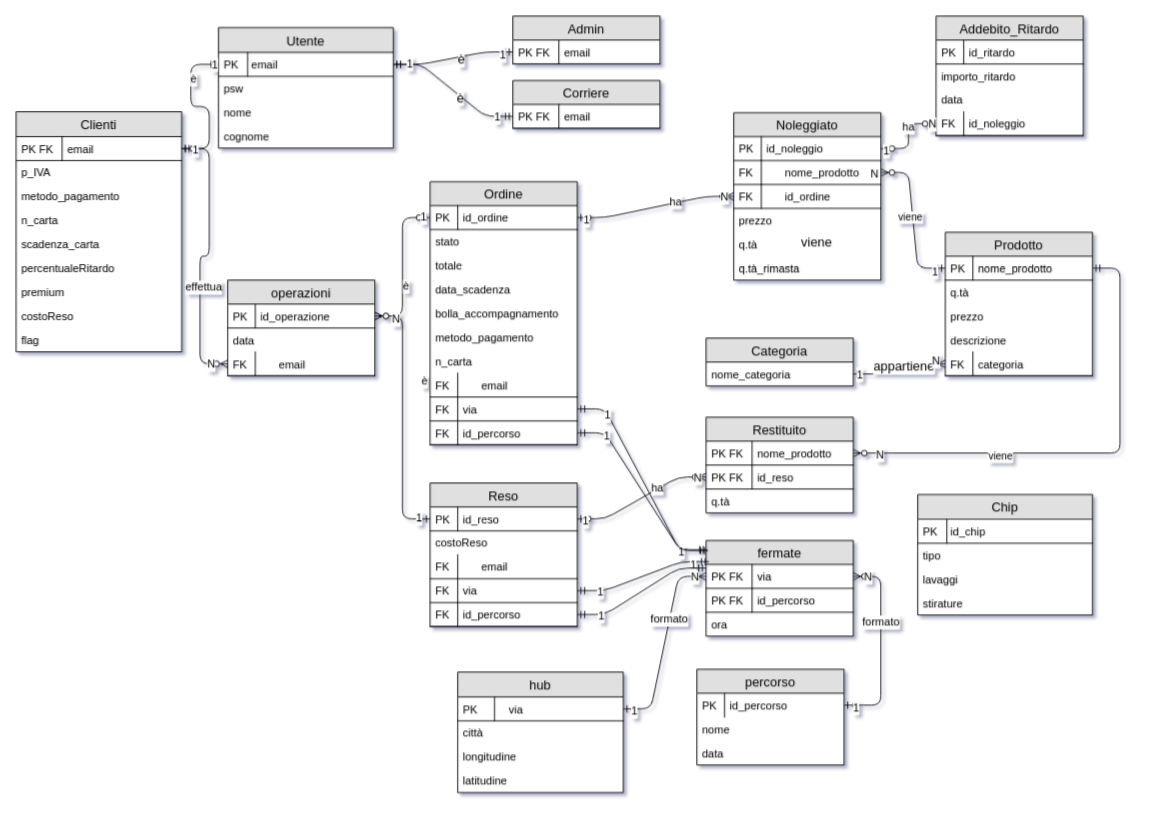
Earlier version of the draw.io diagram SchemaE_R.drawio (mario-santoro/EMAD2020_IsiLav). Source tidied: cells renumbered, new cells numbered last; positions are measured from the earlier drawing's top-left corner, leaving out a move shared by most shapes. Both pictures are drawn from the tidied source at 92%, with x=0, y=0 at pixel (16, 16).
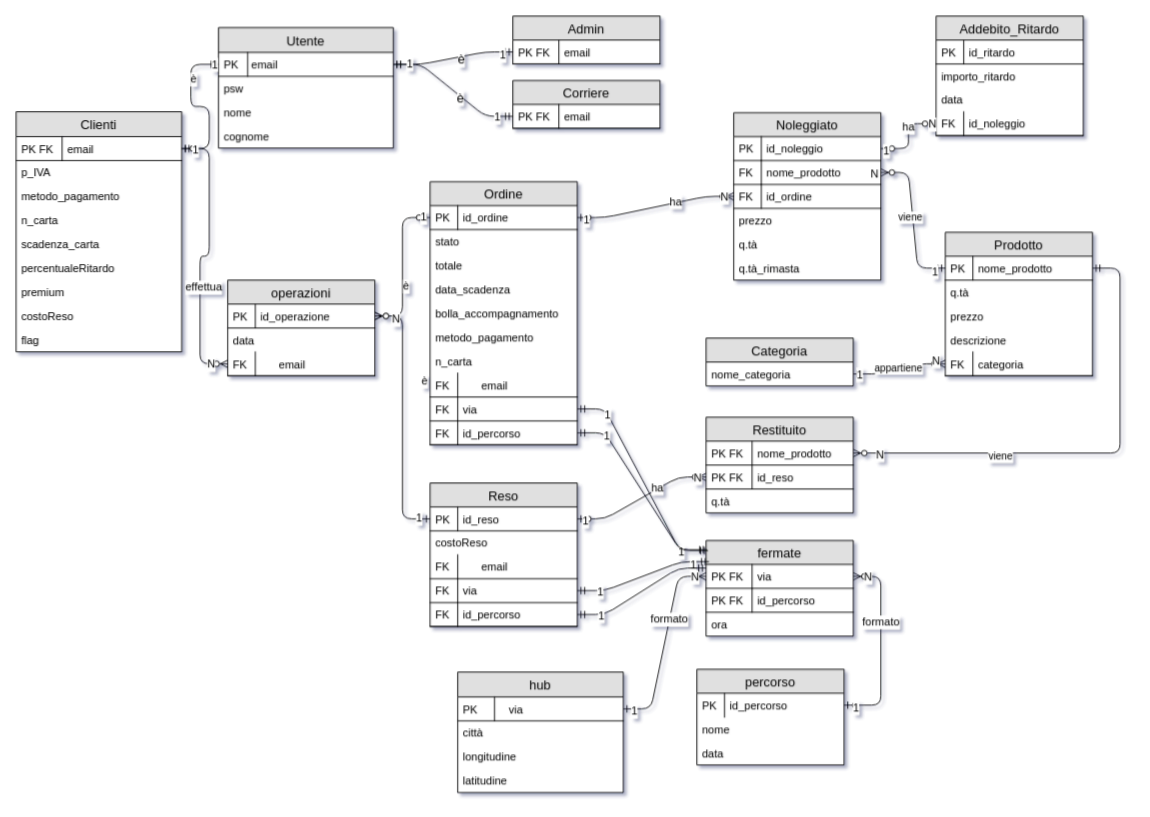
The same page after the edit.

Commit message:
Rimossa entità Chip

The change refers to these unchanged cells:
```xml
<mxCell id="90" value="Noleggiato" style="swimlane;fontStyle=0;horizontal=1;startSize=26;fillColor=#e0e0e0;swimlaneFillColor=#ffffff;align=center;fontSize=14;" parent="1" vertex="1">
  <mxGeometry x="780" y="105" width="160" height="182" as="geometry" />
</mxCell>
<mxCell id="123" style="edgeStyle=entityRelationEdgeStyle;fontSize=12;html=1;endArrow=ERzeroToMany;startArrow=ERmandOne;exitX=1;exitY=0.5;exitDx=0;exitDy=0;entryX=0;entryY=0.5;entryDx=0;entryDy=0;" parent="1" edge="1" source="44" target="41">
  <mxGeometry relative="1" as="geometry" />
</mxCell>
<mxCell id="137" style="edgeStyle=entityRelationEdgeStyle;fontSize=12;html=1;endArrow=ERzeroToMany;startArrow=ERmandOne;" parent="1" edge="1" source="36" target="93">
  <mxGeometry relative="1" as="geometry" />
</mxCell>
```

Change to the diagram source:
```diff
@@
-    <mxCell id="93" value="      nome_prodotto" style="shape=partialRectangle;top=0;left=0;right=0;bottom=1;align=left;verticalAlign=top;fillColor=none;spacingLeft=34;spacingRight=4;overflow=hidden;points=[[0,0.5],[1,0.5]];portConstraint=eastwest;fontSize=12;startSize=26;" parent="90" vertex="1">
+    <mxCell id="93" value="nome_prodotto" style="shape=partialRectangle;top=0;left=0;right=0;bottom=1;align=left;verticalAlign=top;fillColor=none;spacingLeft=34;spacingRight=4;overflow=hidden;points=[[0,0.5],[1,0.5]];portConstraint=eastwest;fontSize=12;startSize=26;" parent="90" vertex="1">
       <mxGeometry y="52" width="160" height="26" as="geometry" />
     </mxCell>
@@
-    <mxCell id="95" value="      id_ordine" style="shape=partialRectangle;top=0;left=0;right=0;bottom=1;align=left;verticalAlign=top;fillColor=none;spacingLeft=34;spacingRight=4;overflow=hidden;points=[[0,0.5],[1,0.5]];portConstraint=eastwest;fontSize=12;startSize=26;" parent="90" vertex="1">
+    <mxCell id="95" value="id_ordine" style="shape=partialRectangle;top=0;left=0;right=0;bottom=1;align=left;verticalAlign=top;fillColor=none;spacingLeft=34;spacingRight=4;overflow=hidden;points=[[0,0.5],[1,0.5]];portConstraint=eastwest;fontSize=12;startSize=26;" parent="90" vertex="1">
       <mxGeometry y="78" width="160" height="26" as="geometry" />
     </mxCell>
@@
-    <mxCell id="124" value="appartiene" style="text;html=1;align=center;verticalAlign=middle;labelBackgroundColor=#ffffff;fontSize=14;" parent="123" vertex="1">
-      <mxGeometry x="-0.44" relative="1" as="geometry">
-        <mxPoint x="26" y="-8.5" as="offset" />
-      </mxGeometry>
-    </mxCell>
@@
+    <mxCell id="124" value="appartiene" style="edgeLabel;html=1;align=center;verticalAlign=middle;" parent="123" vertex="1">
+      <mxGeometry x="-0.04" y="1" relative="1" as="geometry" />
+    </mxCell>
@@
-    <mxCell id="138" value="viene" style="text;html=1;align=center;verticalAlign=middle;labelBackgroundColor=#ffffff;fontSize=14;" parent="137" vertex="1">
-      <mxGeometry x="-0.44" relative="1" as="geometry">
-        <mxPoint x="-109" y="-13" as="offset" />
-      </mxGeometry>
-    </mxCell>
@@
-    <mxCell id="169" value="Chip" style="swimlane;fontStyle=0;horizontal=1;startSize=27;fillColor=#e0e0e0;swimlaneFillColor=#ffffff;align=center;fontSize=14;" parent="1" vertex="1">
-      <mxGeometry x="980" y="520" width="190" height="131" as="geometry" />
-    </mxCell>
-    <mxCell id="170" value="id_chip" style="shape=partialRectangle;top=0;left=0;right=0;bottom=1;align=left;verticalAlign=top;fillColor=none;spacingLeft=34;spacingRight=4;overflow=hidden;fontSize=12;startSize=26;" parent="169" vertex="1">
-      <mxGeometry y="27" width="190" height="26" as="geometry" />
-    </mxCell>
-    <mxCell id="171" value="PK" style="shape=partialRectangle;top=0;left=0;bottom=0;fillColor=none;align=left;verticalAlign=top;spacingLeft=4;spacingRight=4;overflow=hidden;fontSize=12;" parent="170" vertex="1">
-      <mxGeometry width="31.7" height="26" as="geometry" />
-    </mxCell>
-    <mxCell id="172" value="tipo" style="text;strokeColor=none;fillColor=none;spacingLeft=4;spacingRight=4;overflow=hidden;fontSize=12;" parent="169" vertex="1">
-      <mxGeometry y="53" width="190" height="26" as="geometry" />
-    </mxCell>
-    <mxCell id="173" value="lavaggi" style="text;strokeColor=none;fillColor=none;spacingLeft=4;spacingRight=4;overflow=hidden;fontSize=12;" parent="169" vertex="1">
-      <mxGeometry y="79" width="190" height="26" as="geometry" />
-    </mxCell>
-    <mxCell id="174" value="stirature" style="text;strokeColor=none;fillColor=none;spacingLeft=4;spacingRight=4;overflow=hidden;fontSize=12;" parent="169" vertex="1">
-      <mxGeometry y="105" width="190" height="26" as="geometry" />
-    </mxCell>
```
